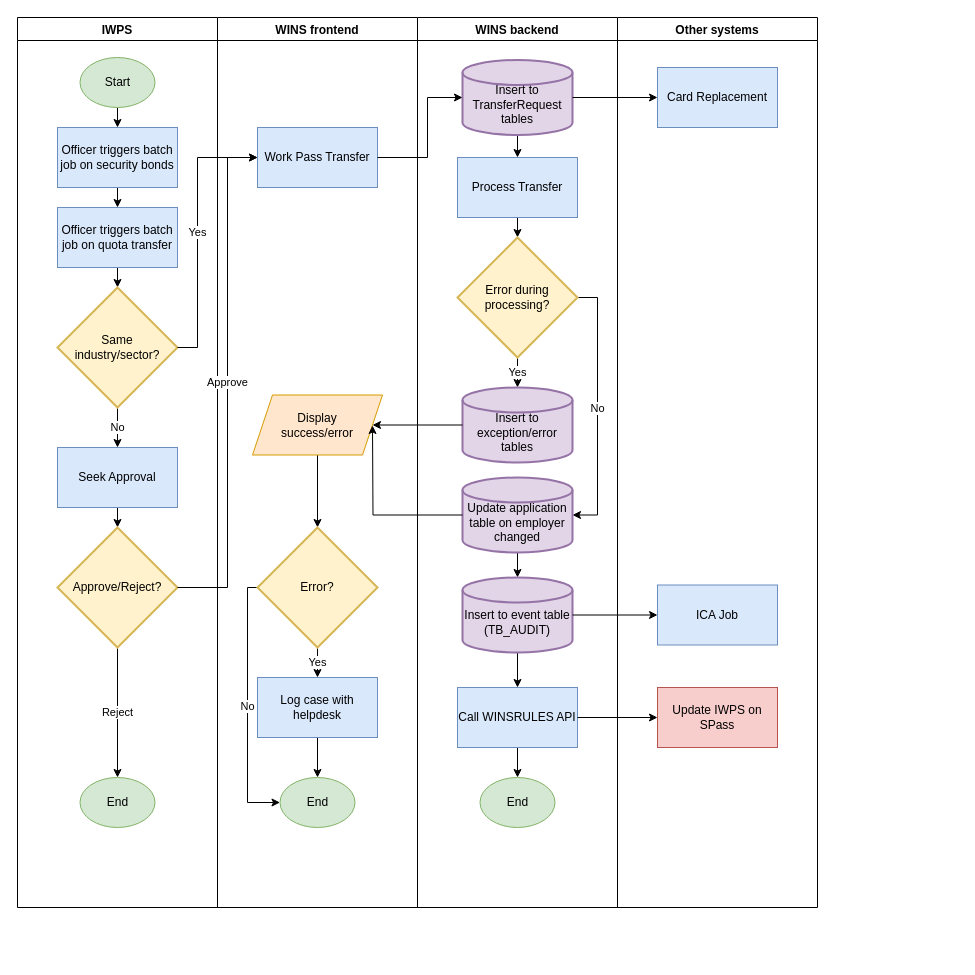
joselynlim/drawio keeps this draw.io diagram as main/workpasstransfer.drawio. Above is the earlier version. Source tidied: cells renumbered, new cells numbered last; positions are measured from the earlier drawing's top-left corner, leaving out a move shared by most shapes. Both pictures are drawn from the tidied source at 100%, with x=0, y=0 at pixel (17, 17).
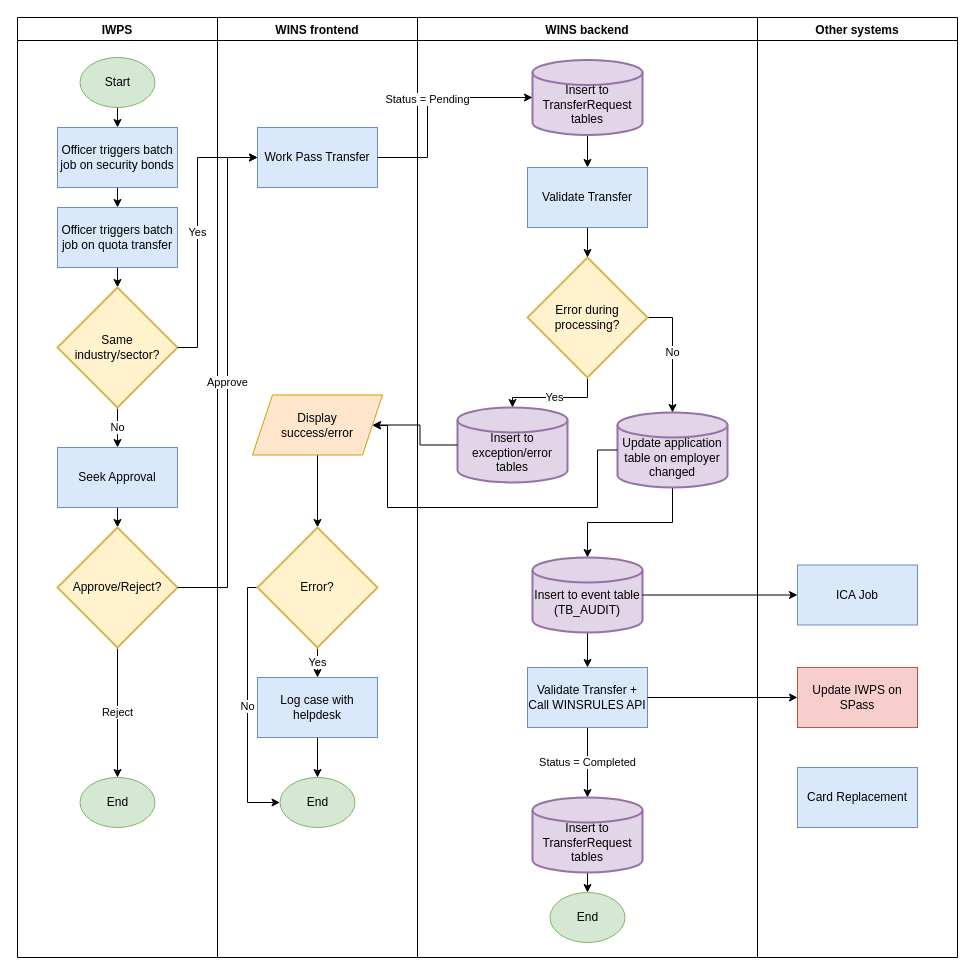
Above is the later version.

The change refers to these unchanged cells:
```xml
<mxCell id="17" value="Work Pass Transfer" style="rounded=0;whiteSpace=wrap;html=1;fillColor=#dae8fc;strokeColor=#6c8ebf;" parent="16" vertex="1">
  <mxGeometry x="40" y="110" width="120" height="60" as="geometry" />
</mxCell>
```

Change to the diagram source:
```diff
@@
     <mxCell id="2" value="IWPS" style="swimlane;" parent="1" vertex="1">
-      <mxGeometry width="200" height="890" as="geometry" />
+      <mxGeometry width="200" height="940" as="geometry" />
     </mxCell>
@@
     <mxCell id="16" value="WINS frontend" style="swimlane;" parent="1" vertex="1">
-      <mxGeometry x="200" width="200" height="890" as="geometry" />
+      <mxGeometry x="200" width="200" height="940" as="geometry" />
     </mxCell>
@@
     <mxCell id="26" value="WINS backend" style="swimlane;" parent="1" vertex="1">
-      <mxGeometry x="400" width="200" height="890" as="geometry" />
+      <mxGeometry x="400" width="340" height="940" as="geometry" />
     </mxCell>
-    <mxCell id="27" style="edgeStyle=orthogonalEdgeStyle;rounded=0;jettySize=auto;html=1;exitX=0.5;exitY=1;exitDx=0;exitDy=0;exitPerimeter=0;entryX=0.5;entryY=0;entryDx=0;entryDy=0;" parent="26" edge="1" source="28" target="30">
-      <mxGeometry relative="1" as="geometry" />
-    </mxCell>
+    <mxCell id="54" style="edgeStyle=orthogonalEdgeStyle;rounded=0;jettySize=auto;html=1;exitX=0.5;exitY=1;exitDx=0;exitDy=0;exitPerimeter=0;entryX=0.5;entryY=0;entryDx=0;entryDy=0;" parent="26" edge="1" source="28" target="57">
+      <mxGeometry relative="1" as="geometry" />
+    </mxCell>
     <mxCell id="28" value="&lt;br&gt;Insert to TransferRequest tables" style="strokeWidth=2;html=1;shape=mxgraph.flowchart.database;whiteSpace=wrap;fillColor=#e1d5e7;strokeColor=#9673a6;" parent="26" vertex="1">
-      <mxGeometry x="45" y="42.5" width="110" height="75" as="geometry" />
+      <mxGeometry x="115" y="42.5" width="110" height="75" as="geometry" />
     </mxCell>
-    <mxCell id="29" style="edgeStyle=orthogonalEdgeStyle;rounded=0;jettySize=auto;html=1;exitX=0.5;exitY=1;exitDx=0;exitDy=0;entryX=0.5;entryY=0;entryDx=0;entryDy=0;entryPerimeter=0;" parent="26" edge="1" source="30" target="33">
-      <mxGeometry relative="1" as="geometry" />
-    </mxCell>
-    <mxCell id="30" value="Process Transfer" style="rounded=0;whiteSpace=wrap;html=1;fillColor=#dae8fc;strokeColor=#6c8ebf;" parent="26" vertex="1">
-      <mxGeometry x="40" y="140" width="120" height="60" as="geometry" />
-    </mxCell>
+    <mxCell id="32" value="No" style="edgeStyle=orthogonalEdgeStyle;rounded=0;jettySize=auto;html=1;exitX=1;exitY=0.5;exitDx=0;exitDy=0;exitPerimeter=0;entryX=0.5;entryY=0;entryDx=0;entryDy=0;entryPerimeter=0;" parent="26" edge="1" source="33" target="36">
+      <mxGeometry relative="1" as="geometry" />
+    </mxCell>
@@
-    <mxCell id="32" value="No" style="edgeStyle=orthogonalEdgeStyle;rounded=0;jettySize=auto;html=1;exitX=1;exitY=0.5;exitDx=0;exitDy=0;exitPerimeter=0;entryX=1;entryY=0.5;entryDx=0;entryDy=0;entryPerimeter=0;" parent="26" edge="1" source="33" target="36">
-      <mxGeometry relative="1" as="geometry" />
-    </mxCell>
     <mxCell id="33" value="Error during processing?" style="strokeWidth=2;html=1;shape=mxgraph.flowchart.decision;whiteSpace=wrap;fillColor=#fff2cc;strokeColor=#d6b656;" parent="26" vertex="1">
-      <mxGeometry x="40" y="220" width="120" height="120" as="geometry" />
+      <mxGeometry x="110" y="240" width="120" height="120" as="geometry" />
     </mxCell>
     <mxCell id="34" value="&lt;br&gt;Insert to exception/error tables" style="strokeWidth=2;html=1;shape=mxgraph.flowchart.database;whiteSpace=wrap;fillColor=#e1d5e7;strokeColor=#9673a6;" parent="26" vertex="1">
-      <mxGeometry x="45" y="370" width="110" height="75" as="geometry" />
+      <mxGeometry x="40" y="390" width="110" height="75" as="geometry" />
     </mxCell>
@@
     <mxCell id="36" value="&lt;br&gt;Update application table on employer changed" style="strokeWidth=2;html=1;shape=mxgraph.flowchart.database;whiteSpace=wrap;fillColor=#e1d5e7;strokeColor=#9673a6;" parent="26" vertex="1">
-      <mxGeometry x="45" y="460" width="110" height="75" as="geometry" />
+      <mxGeometry x="200" y="395" width="110" height="75" as="geometry" />
     </mxCell>
@@
     <mxCell id="38" value="&lt;br&gt;Insert to event table (TB_AUDIT)" style="strokeWidth=2;html=1;shape=mxgraph.flowchart.database;whiteSpace=wrap;fillColor=#e1d5e7;strokeColor=#9673a6;" parent="26" vertex="1">
-      <mxGeometry x="45" y="560" width="110" height="75" as="geometry" />
+      <mxGeometry x="115" y="540" width="110" height="75" as="geometry" />
     </mxCell>
-    <mxCell id="39" style="edgeStyle=orthogonalEdgeStyle;rounded=0;jettySize=auto;html=1;exitX=0.5;exitY=1;exitDx=0;exitDy=0;entryX=0.5;entryY=0;entryDx=0;entryDy=0;" parent="26" edge="1" source="40" target="41">
-      <mxGeometry relative="1" as="geometry" />
-    </mxCell>
+    <mxCell id="55" value="Status = Completed" style="edgeStyle=orthogonalEdgeStyle;rounded=0;jettySize=auto;html=1;exitX=0.5;exitY=1;exitDx=0;exitDy=0;entryX=0.5;entryY=0;entryDx=0;entryDy=0;entryPerimeter=0;" parent="26" edge="1" source="40" target="59">
+      <mxGeometry relative="1" as="geometry" />
+    </mxCell>
-    <mxCell id="40" value="Call WINSRULES API" style="rounded=0;whiteSpace=wrap;html=1;fillColor=#dae8fc;strokeColor=#6c8ebf;" parent="26" vertex="1">
-      <mxGeometry x="40" y="670" width="120" height="60" as="geometry" />
+    <mxCell id="40" value="Validate Transfer&amp;nbsp;+ Call WINSRULES API" style="rounded=0;whiteSpace=wrap;html=1;fillColor=#dae8fc;strokeColor=#6c8ebf;" parent="26" vertex="1">
+      <mxGeometry x="110" y="650" width="120" height="60" as="geometry" />
     </mxCell>
     <mxCell id="41" value="End" style="ellipse;whiteSpace=wrap;html=1;fillColor=#d5e8d4;strokeColor=#82b366;" parent="26" vertex="1">
-      <mxGeometry x="62.5" y="760" width="75" height="50" as="geometry" />
+      <mxGeometry x="132.5" y="875" width="75" height="50" as="geometry" />
     </mxCell>
+    <mxCell id="56" style="edgeStyle=orthogonalEdgeStyle;rounded=0;jettySize=auto;html=1;exitX=0.5;exitY=1;exitDx=0;exitDy=0;entryX=0.5;entryY=0;entryDx=0;entryDy=0;entryPerimeter=0;" parent="26" edge="1" source="57" target="33">
+      <mxGeometry relative="1" as="geometry" />
+    </mxCell>
+    <mxCell id="57" value="Validate Transfer" style="rounded=0;whiteSpace=wrap;html=1;fillColor=#dae8fc;strokeColor=#6c8ebf;" parent="26" vertex="1">
+      <mxGeometry x="110" y="150" width="120" height="60" as="geometry" />
+    </mxCell>
+    <mxCell id="58" style="edgeStyle=orthogonalEdgeStyle;rounded=0;jettySize=auto;html=1;exitX=0.5;exitY=1;exitDx=0;exitDy=0;exitPerimeter=0;entryX=0.5;entryY=0;entryDx=0;entryDy=0;" parent="26" edge="1" source="59" target="41">
+      <mxGeometry relative="1" as="geometry" />
+    </mxCell>
+    <mxCell id="59" value="&lt;br&gt;Insert to TransferRequest tables" style="strokeWidth=2;html=1;shape=mxgraph.flowchart.database;whiteSpace=wrap;fillColor=#e1d5e7;strokeColor=#9673a6;" parent="26" vertex="1">
+      <mxGeometry x="115" y="780" width="110" height="75" as="geometry" />
+    </mxCell>
     <mxCell id="42" value="Other systems" style="swimlane;" parent="1" vertex="1">
-      <mxGeometry x="600" width="200" height="890" as="geometry" />
+      <mxGeometry x="740" width="200" height="940" as="geometry" />
     </mxCell>
     <mxCell id="43" value="ICA Job" style="rounded=0;whiteSpace=wrap;html=1;fillColor=#dae8fc;strokeColor=#6c8ebf;" parent="42" vertex="1">
-      <mxGeometry x="40" y="567.5" width="120" height="60" as="geometry" />
+      <mxGeometry x="40" y="547.5" width="120" height="60" as="geometry" />
     </mxCell>
     <mxCell id="44" value="Update IWPS on SPass" style="rounded=0;whiteSpace=wrap;html=1;fillColor=#f8cecc;strokeColor=#b85450;" parent="42" vertex="1">
-      <mxGeometry x="40" y="670" width="120" height="60" as="geometry" />
+      <mxGeometry x="40" y="650" width="120" height="60" as="geometry" />
     </mxCell>
     <mxCell id="45" value="Card Replacement" style="rounded=0;whiteSpace=wrap;html=1;fillColor=#dae8fc;strokeColor=#6c8ebf;" parent="42" vertex="1">
-      <mxGeometry x="40" y="50" width="120" height="60" as="geometry" />
+      <mxGeometry x="40" y="750" width="120" height="60" as="geometry" />
     </mxCell>
@@
-    <mxCell id="49" style="edgeStyle=orthogonalEdgeStyle;rounded=0;jettySize=auto;html=1;exitX=1;exitY=0.5;exitDx=0;exitDy=0;entryX=0;entryY=0.5;entryDx=0;entryDy=0;entryPerimeter=0;" parent="1" edge="1" source="17" target="28">
+    <mxCell id="49" value="Status = Pending" style="edgeStyle=orthogonalEdgeStyle;rounded=0;jettySize=auto;html=1;exitX=1;exitY=0.5;exitDx=0;exitDy=0;entryX=0;entryY=0.5;entryDx=0;entryDy=0;entryPerimeter=0;" parent="1" edge="1" source="17" target="28">
       <mxGeometry relative="1" as="geometry">
         <Array as="points">
           <mxPoint x="410" y="140" />
           <mxPoint x="410" y="80" />
         </Array>
       </mxGeometry>
     </mxCell>
@@
     <mxCell id="51" style="edgeStyle=orthogonalEdgeStyle;rounded=0;jettySize=auto;html=1;exitX=0;exitY=0.5;exitDx=0;exitDy=0;exitPerimeter=0;" parent="1" edge="1" source="36">
       <mxGeometry relative="1" as="geometry">
         <mxPoint x="355" y="408" as="targetPoint" />
+        <Array as="points">
+          <mxPoint x="580" y="433" />
+          <mxPoint x="580" y="490" />
+          <mxPoint x="370" y="490" />
+          <mxPoint x="370" y="408" />
+        </Array>
       </mxGeometry>
     </mxCell>
@@
-    <mxCell id="53" style="edgeStyle=orthogonalEdgeStyle;rounded=0;jettySize=auto;html=1;exitX=1;exitY=0.5;exitDx=0;exitDy=0;exitPerimeter=0;entryX=0;entryY=0.5;entryDx=0;entryDy=0;" parent="1" edge="1" source="28" target="45">
-      <mxGeometry relative="1" as="geometry" />
-    </mxCell>
```
